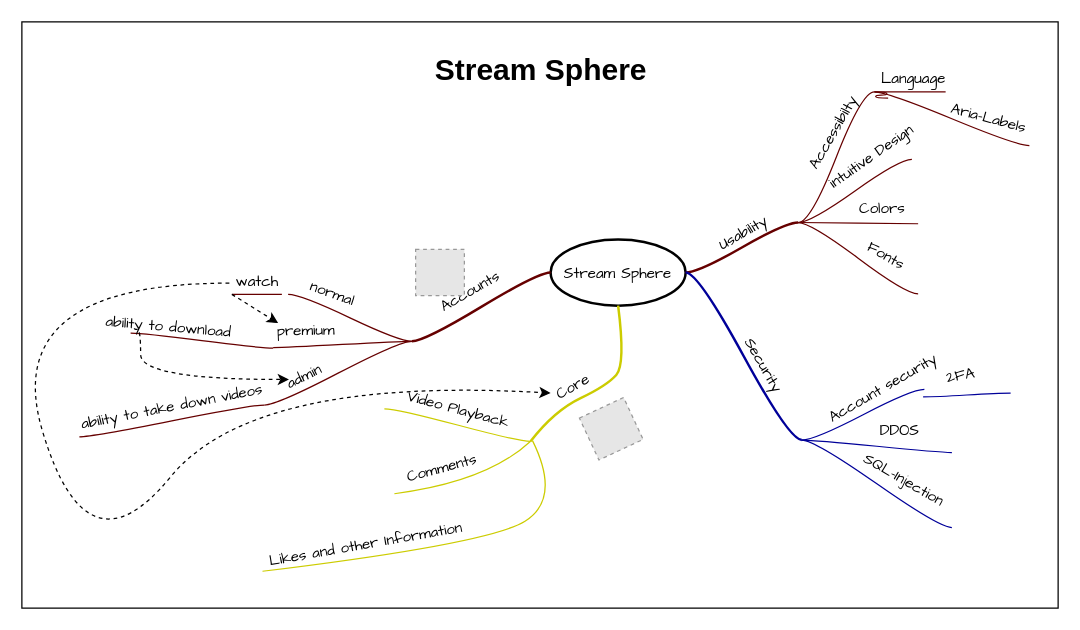
IMS-coding-projects/M431 keeps this draw.io diagram as docs/source/mindmap.drawio. Above is the earlier version. Source tidied: cells renumbered, new cells numbered last; positions are measured from the earlier drawing's top-left corner, leaving out a move shared by most shapes. Both pictures are drawn from the tidied source at 125%, with x=0, y=0 at pixel (-2, 21). Pictures stored in the file or linked from it are replaced by grey dashed boxes.
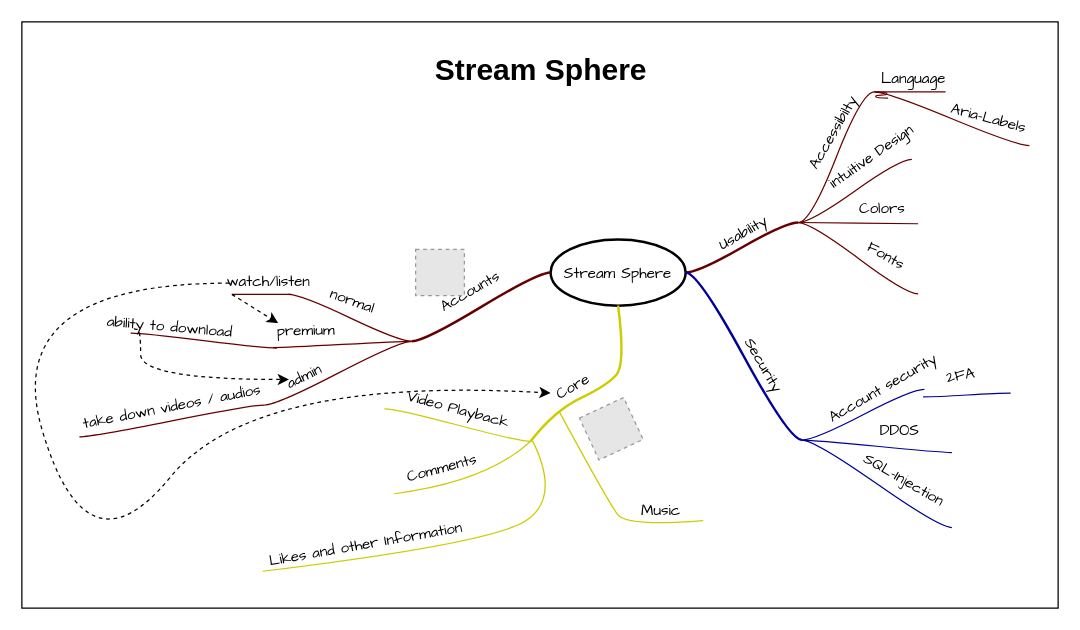
The same page after the edit.

Commit message (it also covers changes not shown here):
Updated Mindmap, updated user-story and requirements

Unchanged cells that the change refers to:
```xml
<mxCell id="3" style="swimlane;html=1;startSize=20;horizontal=1;containerType=tree;labelBackgroundColor=none;strokeColor=none;strokeWidth=1;fillColor=none;fontFamily=Comic Sans MS;fontSize=9;swimlaneLine=0;dashed=1;" parent="1" vertex="1">
  <mxGeometry x="169" y="2" width="659" height="443" as="geometry" />
</mxCell>
<mxCell id="38" style="whiteSpace=wrap;html=1;rounded=1;arcSize=50;align=center;verticalAlign=middle;strokeWidth=1;spacing=4;" parent="3" vertex="1">
  <mxGeometry x="58" y="216" width="5" as="geometry" />
</mxCell>
<mxCell id="39" style="edgeStyle=entityRelationEdgeStyle;startArrow=none;endArrow=none;segment=10;curved=1;strokeColor=#660000;rounded=0;fontSize=12;startSize=8;endSize=8;" parent="3" edge="1" source="29" target="38">
  <mxGeometry relative="1" as="geometry" />
</mxCell>
<mxCell id="65" style="whiteSpace=wrap;html=1;rounded=1;arcSize=50;align=center;verticalAlign=middle;strokeWidth=1;spacing=4;" parent="3" vertex="1">
  <mxGeometry x="13" y="216" width="5" as="geometry" />
</mxCell>
<mxCell id="66" style="edgeStyle=entityRelationEdgeStyle;startArrow=none;endArrow=none;segment=10;curved=1;strokeColor=#660000;rounded=0;fontSize=12;startSize=8;endSize=8;entryX=0;entryY=0;entryDx=0;entryDy=0;" parent="3" edge="1" target="68">
  <mxGeometry relative="1" as="geometry">
    <mxPoint x="-104" y="330" as="sourcePoint" />
  </mxGeometry>
</mxCell>
```

Change to the diagram source:
```diff
@@
     <mxCell id="40" value="normal" style="text;html=1;align=center;verticalAlign=middle;labelBackgroundColor=none;fontFamily=Comic Sans MS;rotation=20;" parent="39" vertex="1">
       <mxGeometry x="0.26" relative="1" as="geometry">
-        <mxPoint x="-2" y="-13" as="offset" />
+        <mxPoint x="14" y="-7" as="offset" />
       </mxGeometry>
     </mxCell>
@@
     <mxCell id="58" style="edgeStyle=entityRelationEdgeStyle;startArrow=none;endArrow=none;segment=10;curved=1;strokeColor=#660000;rounded=0;fontSize=12;startSize=8;endSize=8;" parent="3" edge="1">
       <mxGeometry relative="1" as="geometry">
         <mxPoint x="-63" y="247" as="sourcePoint" />
-        <mxPoint x="51" y="259" as="targetPoint" />
+        <mxPoint x="54" y="259" as="targetPoint" />
       </mxGeometry>
     </mxCell>
@@
-    <mxCell id="62" style="edgeStyle=entityRelationEdgeStyle;startArrow=none;endArrow=none;segment=10;curved=1;strokeColor=#660000;rounded=0;fontSize=12;startSize=8;endSize=8;" parent="3" edge="1" source="38" target="65">
-      <mxGeometry relative="1" as="geometry" />
+    <mxCell id="62" style="edgeStyle=entityRelationEdgeStyle;startArrow=none;endArrow=none;segment=10;curved=1;strokeColor=#660000;rounded=0;fontSize=12;startSize=8;endSize=8;" parent="3" edge="1" target="65">
+      <mxGeometry relative="1" as="geometry">
+        <mxPoint x="64" y="216" as="sourcePoint" />
+      </mxGeometry>
     </mxCell>
-    <mxCell id="63" value="watch" style="text;html=1;align=center;verticalAlign=middle;labelBackgroundColor=none;fontFamily=Comic Sans MS;rotation=0;" parent="62" vertex="1">
+    <mxCell id="63" value="watch/listen" style="text;html=1;align=center;verticalAlign=middle;labelBackgroundColor=none;fontFamily=Comic Sans MS;rotation=0;" parent="62" vertex="1">
       <mxGeometry x="0.26" relative="1" as="geometry">
         <mxPoint x="4" y="-10" as="offset" />
       </mxGeometry>
     </mxCell>
@@
-    <mxCell id="67" value="ability to take down videos" style="text;html=1;align=center;verticalAlign=middle;labelBackgroundColor=none;fontFamily=Comic Sans MS;rotation=-11;fontSize=12;" parent="66" vertex="1">
+    <mxCell id="67" value="take down videos / audios" style="text;html=1;align=center;verticalAlign=middle;labelBackgroundColor=none;fontFamily=Comic Sans MS;rotation=-11;fontSize=12;" parent="66" vertex="1">
       <mxGeometry x="-0.11" y="-1" relative="1" as="geometry">
         <mxPoint x="7" y="-13" as="offset" />
       </mxGeometry>
     </mxCell>
@@
+    <mxCell id="83" style="startArrow=none;endArrow=none;segment=10;strokeColor=#CCCC00;curved=1;rounded=0;fontSize=12;startSize=8;endSize=8;" parent="1" edge="1">
+      <mxGeometry relative="1" as="geometry">
+        <mxPoint x="449" y="312" as="sourcePoint" />
+        <mxPoint x="564" y="399" as="targetPoint" />
+        <Array as="points">
+          <mxPoint x="488" y="384" />
+          <mxPoint x="503" y="404" />
+        </Array>
+      </mxGeometry>
+    </mxCell>
+    <mxCell id="84" value="Music" style="text;html=1;align=center;verticalAlign=middle;labelBackgroundColor=none;fontFamily=Comic Sans MS;rotation=0;fontSize=12;" parent="83" vertex="1">
+      <mxGeometry x="-0.11" y="-1" relative="1" as="geometry">
+        <mxPoint x="46" y="13" as="offset" />
+      </mxGeometry>
+    </mxCell>
```
